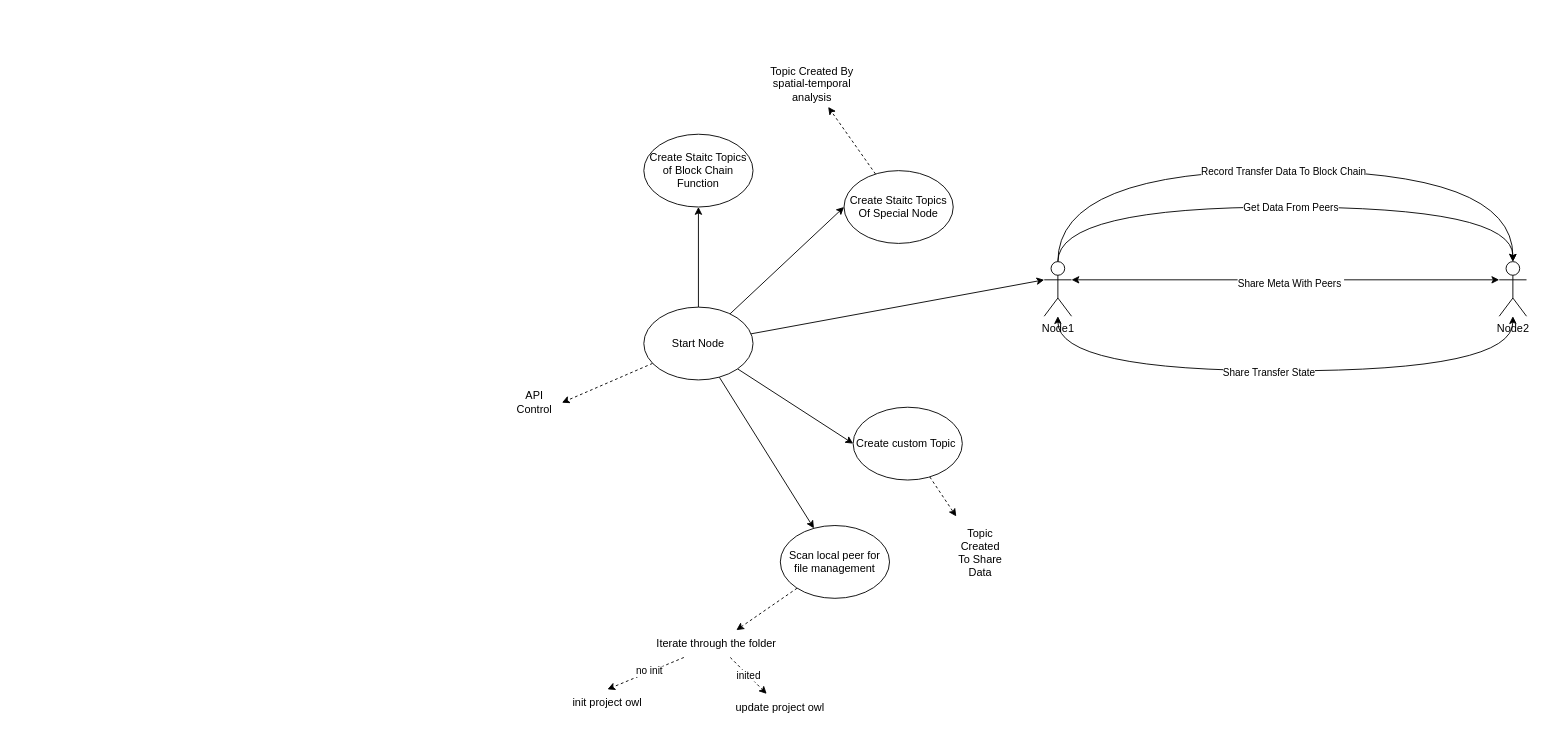
Before: 建筑信息区块链系统.drawio in gaochaowyq/MinderGraph, a draw.io diagram. Source tidied: cells renumbered, new cells numbered last; positions are measured from the earlier drawing's top-left corner, leaving out a move shared by most shapes. Both pictures are drawn from the tidied source at 91%, with x=0, y=0 at pixel (507, 61).
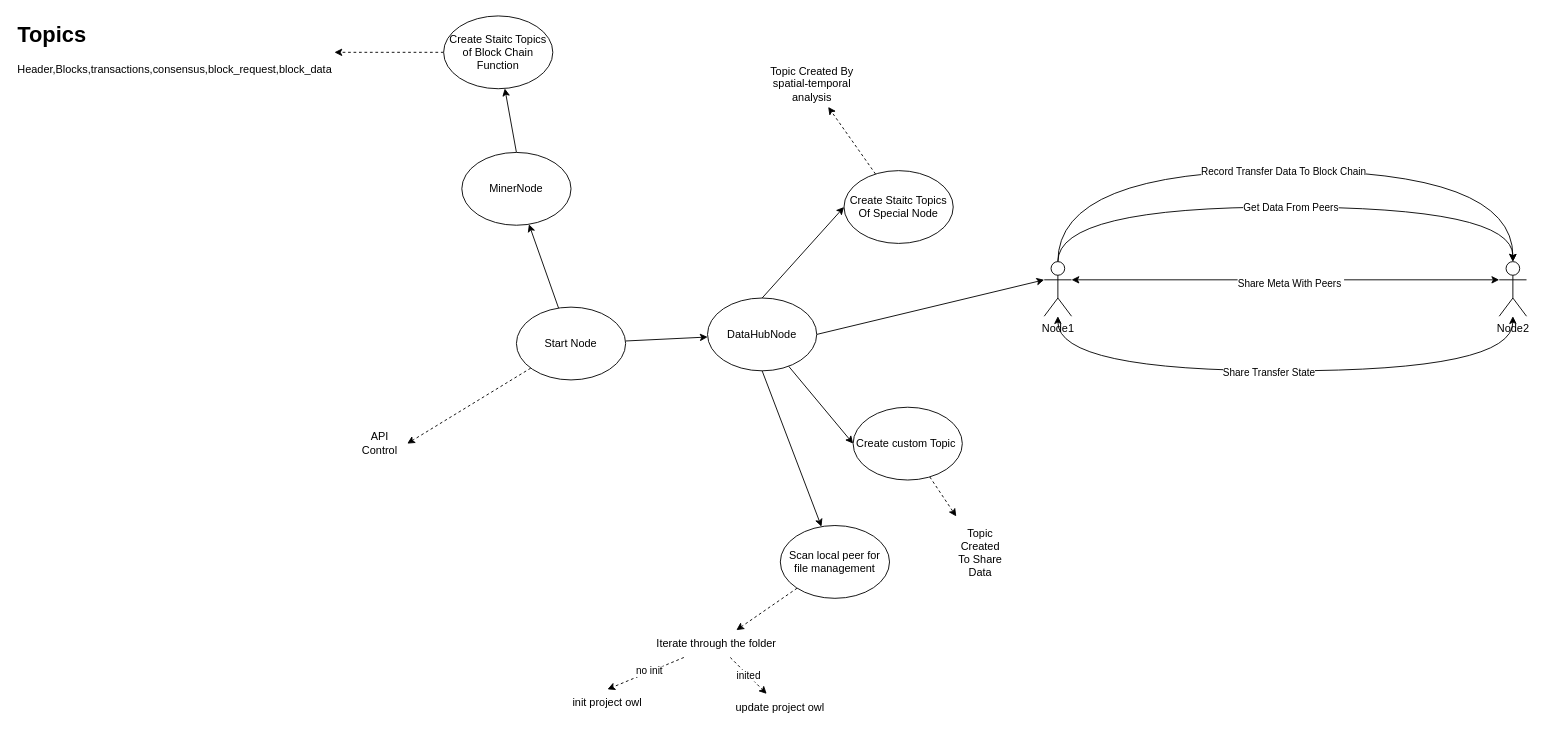
The same page after the edit.

Commit message:
更新建筑信息区块链系统.drawio

Unchanged cells that the change refers to:
```xml
<mxCell id="9" value="Scan local peer for file management" style="ellipse;whiteSpace=wrap;html=1;" parent="1" vertex="1">
  <mxGeometry x="300" y="510" width="120" height="80" as="geometry" />
</mxCell>
<mxCell id="20" value="Create custom Topic&amp;nbsp;" style="ellipse;whiteSpace=wrap;html=1;" parent="1" vertex="1">
  <mxGeometry x="380" y="380" width="120" height="80" as="geometry" />
</mxCell>
<mxCell id="22" value="&lt;div&gt;Create Staitc Topics Of Special Node&lt;/div&gt;" style="ellipse;whiteSpace=wrap;html=1;" parent="1" vertex="1">
  <mxGeometry x="370" y="120" width="120" height="80" as="geometry" />
</mxCell>
<mxCell id="29" value="Node1" style="shape=umlActor;verticalLabelPosition=bottom;verticalAlign=top;html=1;outlineConnect=0;" parent="1" vertex="1">
  <mxGeometry x="590" y="220" width="30" height="60" as="geometry" />
</mxCell>
```

Diff of the diagram source:
```diff
@@
-    <mxCell id="3" style="rounded=0;jettySize=auto;html=1;" parent="1" edge="1" source="7" target="9">
+    <mxCell id="3" style="rounded=0;jettySize=auto;html=1;exitX=0.5;exitY=1;exitDx=0;exitDy=0;" parent="1" edge="1" source="40" target="9">
       <mxGeometry relative="1" as="geometry" />
     </mxCell>
-    <mxCell id="4" style="rounded=0;jettySize=auto;html=1;" parent="1" edge="1" source="7" target="18">
+    <mxCell id="4" style="rounded=0;jettySize=auto;html=1;exitX=0.5;exitY=0;exitDx=0;exitDy=0;" parent="1" edge="1" source="39" target="18">
       <mxGeometry relative="1" as="geometry" />
     </mxCell>
-    <mxCell id="5" style="rounded=0;jettySize=auto;html=1;entryX=0;entryY=0.5;entryDx=0;entryDy=0;" parent="1" edge="1" source="7" target="22">
+    <mxCell id="5" style="rounded=0;jettySize=auto;html=1;entryX=0;entryY=0.5;entryDx=0;entryDy=0;exitX=0.5;exitY=0;exitDx=0;exitDy=0;" parent="1" edge="1" source="40" target="22">
       <mxGeometry relative="1" as="geometry" />
     </mxCell>
-    <mxCell id="6" style="rounded=0;jettySize=auto;html=1;entryX=0;entryY=0.5;entryDx=0;entryDy=0;" parent="1" edge="1" source="7" target="20">
+    <mxCell id="6" style="rounded=0;jettySize=auto;html=1;entryX=0;entryY=0.5;entryDx=0;entryDy=0;" parent="1" edge="1" source="40" target="20">
       <mxGeometry relative="1" as="geometry" />
     </mxCell>
+    <mxCell id="36" style="rounded=0;jettySize=auto;html=1;" parent="1" edge="1" source="7" target="39">
+      <mxGeometry relative="1" as="geometry" />
+    </mxCell>
+    <mxCell id="37" style="rounded=0;jettySize=auto;html=1;" parent="1" edge="1" source="7" target="40">
+      <mxGeometry relative="1" as="geometry" />
+    </mxCell>
     <mxCell id="7" value="Start Node" style="ellipse;whiteSpace=wrap;html=1;" parent="1" vertex="1">
-      <mxGeometry x="150" y="270" width="120" height="80" as="geometry" />
+      <mxGeometry x="10" y="270" width="120" height="80" as="geometry" />
     </mxCell>
@@
     <mxCell id="10" value="API Control" style="text;html=1;whiteSpace=wrap;strokeColor=none;fillColor=none;align=center;verticalAlign=middle;rounded=0;" parent="1" vertex="1">
-      <mxGeometry y="360" width="60" height="30" as="geometry" />
+      <mxGeometry x="-170" y="405" width="60" height="30" as="geometry" />
     </mxCell>
@@
+    <mxCell id="38" style="rounded=0;jettySize=auto;html=1;dashed=1;" parent="1" edge="1" source="18" target="41">
+      <mxGeometry relative="1" as="geometry" />
+    </mxCell>
     <mxCell id="18" value="&lt;div&gt;Create Staitc Topics of Block Chain Function&lt;/div&gt;" style="ellipse;whiteSpace=wrap;html=1;" parent="1" vertex="1">
-      <mxGeometry x="150" y="80" width="120" height="80" as="geometry" />
+      <mxGeometry x="-70" y="-50" width="120" height="80" as="geometry" />
     </mxCell>
@@
-    <mxCell id="30" style="rounded=0;jettySize=auto;html=1;entryX=0;entryY=0.3333333333333333;entryDx=0;entryDy=0;entryPerimeter=0;" parent="1" edge="1" source="7" target="29">
+    <mxCell id="30" style="rounded=0;jettySize=auto;html=1;entryX=0;entryY=0.3333333333333333;entryDx=0;entryDy=0;entryPerimeter=0;exitX=1;exitY=0.5;exitDx=0;exitDy=0;" parent="1" edge="1" source="40" target="29">
       <mxGeometry relative="1" as="geometry" />
     </mxCell>
@@
+    <mxCell id="39" value="MinerNode" style="ellipse;whiteSpace=wrap;html=1;" parent="1" vertex="1">
+      <mxGeometry x="-50" y="100" width="120" height="80" as="geometry" />
+    </mxCell>
+    <mxCell id="40" value="DataHubNode" style="ellipse;whiteSpace=wrap;html=1;" parent="1" vertex="1">
+      <mxGeometry x="220" y="260" width="120" height="80" as="geometry" />
+    </mxCell>
+    <mxCell id="41" value="&lt;h1 style=&quot;margin-top: 0px;&quot;&gt;Topics&lt;/h1&gt;&lt;p&gt;Header,Blocks,transactions,consensus,block_request,block_data&lt;/p&gt;" style="text;html=1;whiteSpace=wrap;overflow=hidden;rounded=0;" parent="1" vertex="1">
+      <mxGeometry x="-540" y="-50" width="350" height="80" as="geometry" />
+    </mxCell>
```
